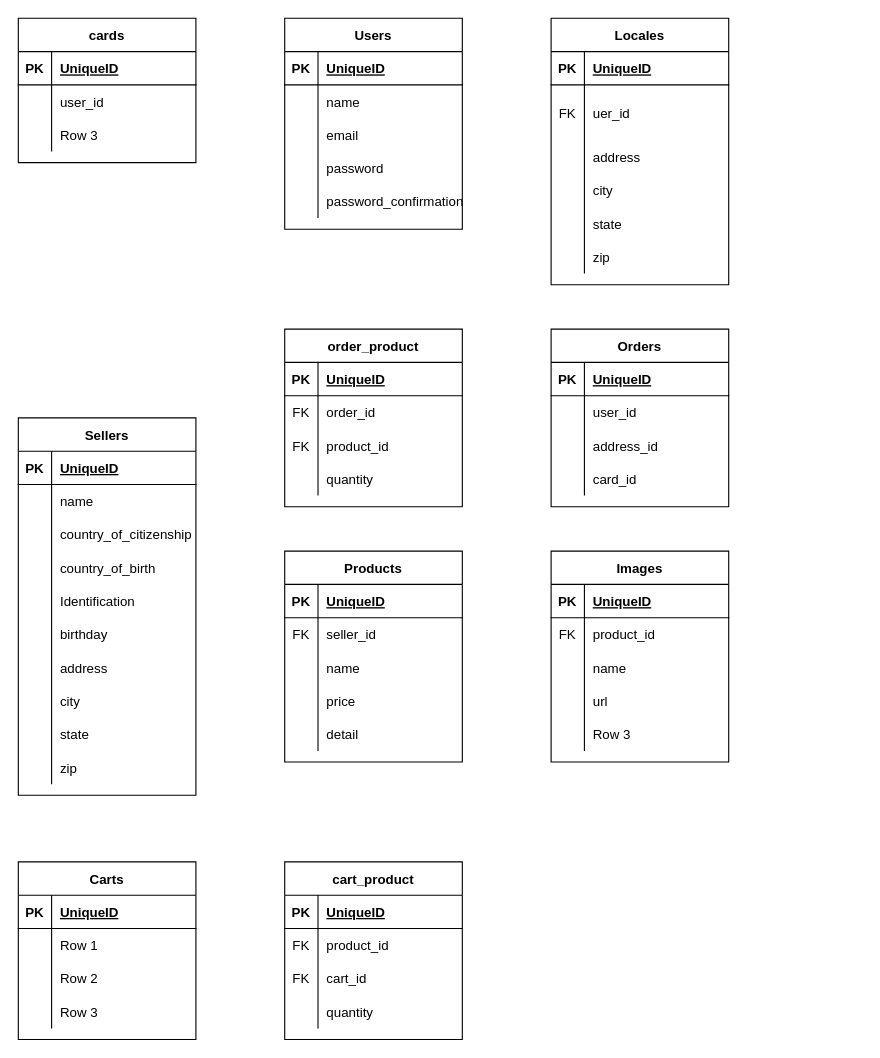
AirHawk809/ec keeps this draw.io diagram as ectable.dio. Above is the earlier version. Source tidied: cells renumbered, new cells numbered last; positions are measured from the earlier drawing's top-left corner, leaving out a move shared by most shapes. Both pictures are drawn from the tidied source at 111%, with x=0, y=0 at pixel (18, 18).
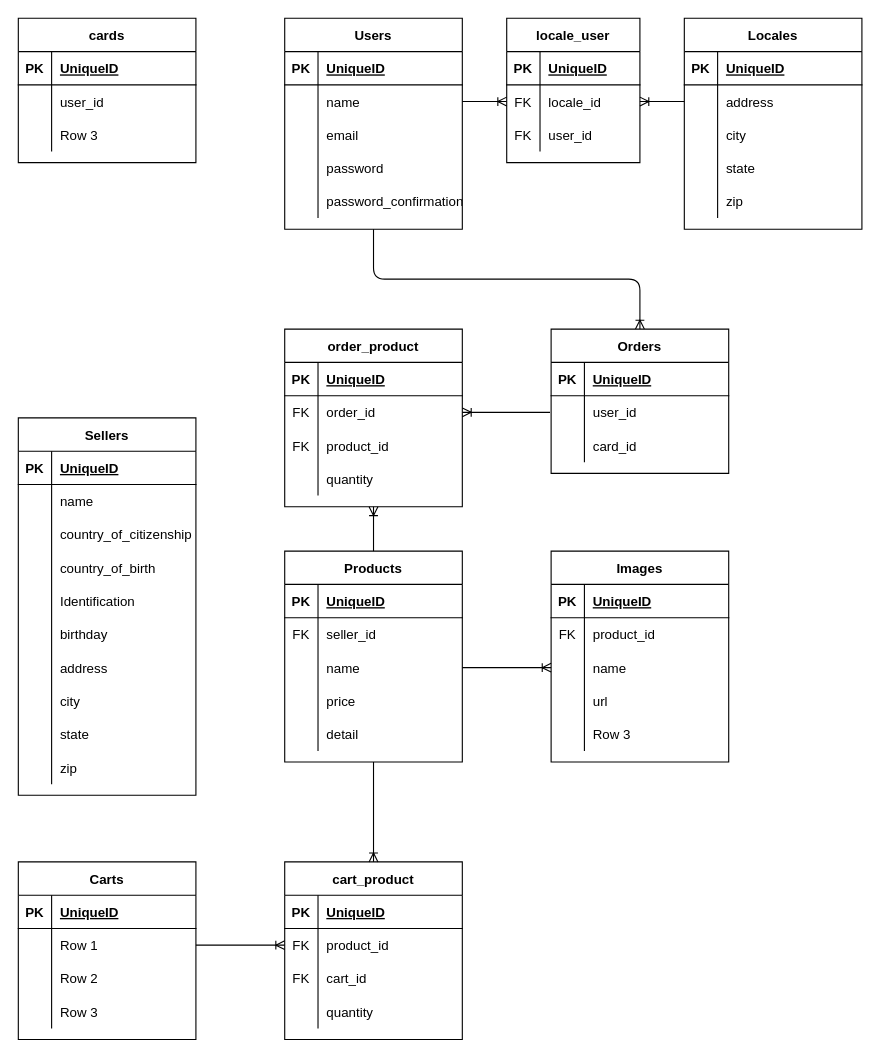
Above is the later version.

Unchanged cells that the change refers to:
```xml
<mxCell id="2" value="Users" style="shape=table;startSize=30;childLayout=tableLayout;rowLines=0;fontStyle=1;align=center;" parent="1" vertex="1">
  <mxGeometry x="240" width="160" height="190" as="geometry" />
</mxCell>
<mxCell id="6" style="shape=partialRectangle;fillColor=none;top=0;left=0;bottom=0;right=0;points=[[0,0.5],[1,0.5]];portConstraint=eastwest;" parent="2" vertex="1">
  <mxGeometry y="60" width="160" height="30" as="geometry" />
</mxCell>
<mxCell id="50" value="Products" style="shape=table;startSize=30;childLayout=tableLayout;rowLines=0;fontStyle=1;align=center;" parent="1" vertex="1">
  <mxGeometry x="240" y="480" width="160" height="190" as="geometry" />
</mxCell>
<mxCell id="57" style="shape=partialRectangle;fillColor=none;top=0;left=0;bottom=0;right=0;points=[[0,0.5],[1,0.5]];portConstraint=eastwest;" parent="50" vertex="1">
  <mxGeometry y="90" width="160" height="30" as="geometry" />
</mxCell>
<mxCell id="73" style="shape=partialRectangle;fillColor=none;top=0;left=0;bottom=0;right=0;points=[[0,0.5],[1,0.5]];portConstraint=eastwest;" parent="66" vertex="1">
  <mxGeometry y="90" width="160" height="30" as="geometry" />
</mxCell>
<mxCell id="117" style="shape=partialRectangle;fillColor=none;top=0;left=0;bottom=0;right=0;points=[[0,0.5],[1,0.5]];portConstraint=eastwest;" parent="113" vertex="1">
  <mxGeometry y="60" width="160" height="30" as="geometry" />
</mxCell>
<mxCell id="126" value="cart_product" style="shape=table;startSize=30;childLayout=tableLayout;rowLines=0;fontStyle=1;align=center;" parent="1" vertex="1">
  <mxGeometry x="240" y="760" width="160" height="160" as="geometry" />
</mxCell>
<mxCell id="130" style="shape=partialRectangle;fillColor=none;top=0;left=0;bottom=0;right=0;points=[[0,0.5],[1,0.5]];portConstraint=eastwest;" parent="126" vertex="1">
  <mxGeometry y="60" width="160" height="30" as="geometry" />
</mxCell>
<mxCell id="139" value="order_product" style="shape=table;startSize=30;childLayout=tableLayout;rowLines=0;fontStyle=1;align=center;" parent="1" vertex="1">
  <mxGeometry x="240" y="280" width="160" height="160" as="geometry" />
</mxCell>
<mxCell id="143" style="shape=partialRectangle;fillColor=none;top=0;left=0;bottom=0;right=0;points=[[0,0.5],[1,0.5]];portConstraint=eastwest;" parent="139" vertex="1">
  <mxGeometry y="60" width="160" height="30" as="geometry" />
</mxCell>
```

Change to the diagram source:
```diff
@@
     <mxCell id="18" value="Orders" style="shape=table;startSize=30;childLayout=tableLayout;rowLines=0;fontStyle=1;align=center;" parent="1" vertex="1">
-      <mxGeometry x="480" y="280" width="160" height="160" as="geometry" />
+      <mxGeometry x="480" y="280" width="160" height="130" as="geometry" />
     </mxCell>
@@
-    <mxCell id="25" style="shape=partialRectangle;fillColor=none;top=0;left=0;bottom=0;right=0;" parent="18" vertex="1">
-      <mxGeometry y="90" width="160" height="30" as="geometry" />
-    </mxCell>
-    <mxCell id="26" style="shape=partialRectangle;fillColor=none;top=0;left=0;bottom=0;right=0;overflow=hidden;" parent="25" vertex="1">
-      <mxGeometry width="30" height="30" as="geometry" />
-    </mxCell>
-    <mxCell id="27" value="address_id" style="shape=partialRectangle;fillColor=none;top=0;left=0;bottom=0;right=0;align=left;spacingLeft=6;overflow=hidden;" parent="25" vertex="1">
-      <mxGeometry x="30" width="130" height="30" as="geometry" />
-    </mxCell>
     <mxCell id="28" style="shape=partialRectangle;fillColor=none;top=0;left=0;bottom=0;right=0;" parent="18" vertex="1">
-      <mxGeometry y="120" width="160" height="30" as="geometry" />
+      <mxGeometry y="90" width="160" height="30" as="geometry" />
     </mxCell>
@@
     <mxCell id="31" value="Locales" style="shape=table;startSize=30;childLayout=tableLayout;rowLines=0;fontStyle=1;align=center;" parent="1" vertex="1">
-      <mxGeometry x="480" width="160" height="240" as="geometry" />
+      <mxGeometry x="600" width="160" height="190" as="geometry" />
     </mxCell>
@@
-    <mxCell id="35" style="shape=partialRectangle;fillColor=none;top=0;left=0;bottom=0;right=0;" parent="31" vertex="1">
-      <mxGeometry y="60" width="160" height="50" as="geometry" />
-    </mxCell>
-    <mxCell id="36" value="FK" style="shape=partialRectangle;fillColor=none;top=0;left=0;bottom=0;right=0;fontStyle=0;overflow=hidden;" parent="35" vertex="1">
-      <mxGeometry width="30" height="50" as="geometry" />
-    </mxCell>
-    <mxCell id="37" value="uer_id" style="shape=partialRectangle;fillColor=none;top=0;left=0;bottom=0;right=0;align=left;spacingLeft=6;fontStyle=0;overflow=hidden;" parent="35" vertex="1">
-      <mxGeometry x="30" width="130" height="50" as="geometry" />
-    </mxCell>
     <mxCell id="38" style="shape=partialRectangle;fillColor=none;top=0;left=0;bottom=0;right=0;" parent="31" vertex="1">
-      <mxGeometry y="110" width="160" height="30" as="geometry" />
+      <mxGeometry y="60" width="160" height="30" as="geometry" />
     </mxCell>
@@
     <mxCell id="41" style="shape=partialRectangle;fillColor=none;top=0;left=0;bottom=0;right=0;" parent="31" vertex="1">
-      <mxGeometry y="140" width="160" height="30" as="geometry" />
+      <mxGeometry y="90" width="160" height="30" as="geometry" />
     </mxCell>
@@
     <mxCell id="44" style="shape=partialRectangle;fillColor=none;top=0;left=0;bottom=0;right=0;" parent="31" vertex="1">
-      <mxGeometry y="170" width="160" height="30" as="geometry" />
+      <mxGeometry y="120" width="160" height="30" as="geometry" />
     </mxCell>
@@
     <mxCell id="47" style="shape=partialRectangle;fillColor=none;top=0;left=0;bottom=0;right=0;" parent="31" vertex="1">
-      <mxGeometry y="200" width="160" height="30" as="geometry" />
+      <mxGeometry y="150" width="160" height="30" as="geometry" />
     </mxCell>
@@
+    <mxCell id="162" value="locale_user" style="shape=table;startSize=30;childLayout=tableLayout;rowLines=0;fontStyle=1;align=center;" parent="1" vertex="1">
+      <mxGeometry x="440" width="120" height="130" as="geometry" />
+    </mxCell>
+    <mxCell id="163" style="shape=partialRectangle;fillColor=none;top=0;left=0;bottom=1;right=0;" parent="162" vertex="1">
+      <mxGeometry y="30" width="120" height="30" as="geometry" />
+    </mxCell>
+    <mxCell id="164" value="PK" style="shape=partialRectangle;fillColor=none;top=0;left=0;bottom=0;right=0;fontStyle=1;overflow=hidden;" parent="163" vertex="1">
+      <mxGeometry width="30" height="30" as="geometry" />
+    </mxCell>
+    <mxCell id="165" value="UniqueID" style="shape=partialRectangle;fillColor=none;top=0;left=0;bottom=0;right=0;align=left;spacingLeft=6;fontStyle=5;overflow=hidden;" parent="163" vertex="1">
+      <mxGeometry x="30" width="90" height="30" as="geometry" />
+    </mxCell>
+    <mxCell id="166" style="shape=partialRectangle;fillColor=none;top=0;left=0;bottom=0;right=0;points=[[0,0.5],[1,0.5]];portConstraint=eastwest;" parent="162" vertex="1">
+      <mxGeometry y="60" width="120" height="30" as="geometry" />
+    </mxCell>
+    <mxCell id="167" value="FK" style="shape=partialRectangle;fillColor=none;top=0;left=0;bottom=0;right=0;fontStyle=0;overflow=hidden;" parent="166" vertex="1">
+      <mxGeometry width="30" height="30" as="geometry" />
+    </mxCell>
+    <mxCell id="168" value="locale_id" style="shape=partialRectangle;fillColor=none;top=0;left=0;bottom=0;right=0;align=left;spacingLeft=6;fontStyle=0;overflow=hidden;" parent="166" vertex="1">
+      <mxGeometry x="30" width="90" height="30" as="geometry" />
+    </mxCell>
+    <mxCell id="169" style="shape=partialRectangle;fillColor=none;top=0;left=0;bottom=0;right=0;" parent="162" vertex="1">
+      <mxGeometry y="90" width="120" height="30" as="geometry" />
+    </mxCell>
+    <mxCell id="170" value="FK" style="shape=partialRectangle;fillColor=none;top=0;left=0;bottom=0;right=0;fontStyle=0;overflow=hidden;" parent="169" vertex="1">
+      <mxGeometry width="30" height="30" as="geometry" />
+    </mxCell>
+    <mxCell id="171" value="user_id" style="shape=partialRectangle;fillColor=none;top=0;left=0;bottom=0;right=0;align=left;spacingLeft=6;fontStyle=0;overflow=hidden;" parent="169" vertex="1">
+      <mxGeometry x="30" width="90" height="30" as="geometry" />
+    </mxCell>
+    <mxCell id="172" style="fontSize=12;html=1;endArrow=ERoneToMany;exitX=1;exitY=0.5;exitDx=0;exitDy=0;entryX=0;entryY=0.5;entryDx=0;entryDy=0;" parent="1" edge="1" source="6" target="166">
+      <mxGeometry relative="1" as="geometry" />
+    </mxCell>
+    <mxCell id="173" style="fontSize=12;html=1;endArrow=ERoneToMany;entryX=1;entryY=0.5;entryDx=0;entryDy=0;exitX=0;exitY=0.5;exitDx=0;exitDy=0;" parent="1" edge="1" target="166">
+      <mxGeometry relative="1" as="geometry">
+        <mxPoint x="600" y="75" as="sourcePoint" />
+      </mxGeometry>
+    </mxCell>
+    <mxCell id="174" style="edgeStyle=orthogonalEdgeStyle;fontSize=12;html=1;endArrow=ERoneToMany;exitX=0.5;exitY=1;exitDx=0;exitDy=0;entryX=0.5;entryY=0;entryDx=0;entryDy=0;" parent="1" edge="1" source="2" target="18">
+      <mxGeometry relative="1" as="geometry" />
+    </mxCell>
+    <mxCell id="175" style="fontSize=12;html=1;endArrow=ERoneToMany;exitX=1;exitY=0.5;exitDx=0;exitDy=0;entryX=0;entryY=0.5;entryDx=0;entryDy=0;" parent="1" edge="1" source="57" target="73">
+      <mxGeometry relative="1" as="geometry" />
+    </mxCell>
+    <mxCell id="176" style="fontSize=12;html=1;endArrow=ERoneToMany;exitX=0.5;exitY=0;exitDx=0;exitDy=0;entryX=0.5;entryY=1;entryDx=0;entryDy=0;" parent="1" edge="1" source="50" target="139">
+      <mxGeometry relative="1" as="geometry" />
+    </mxCell>
+    <mxCell id="177" style="fontSize=12;html=1;endArrow=ERoneToMany;entryX=1;entryY=0.5;entryDx=0;entryDy=0;" parent="1" edge="1" target="143">
+      <mxGeometry relative="1" as="geometry">
+        <mxPoint x="479" y="355" as="sourcePoint" />
+      </mxGeometry>
+    </mxCell>
+    <mxCell id="178" style="fontSize=12;html=1;endArrow=ERoneToMany;exitX=0.5;exitY=1;exitDx=0;exitDy=0;entryX=0.5;entryY=0;entryDx=0;entryDy=0;" parent="1" edge="1" source="50" target="126">
+      <mxGeometry relative="1" as="geometry" />
+    </mxCell>
+    <mxCell id="179" style="fontSize=12;html=1;endArrow=ERoneToMany;exitX=1;exitY=0.5;exitDx=0;exitDy=0;entryX=0;entryY=0.5;entryDx=0;entryDy=0;" parent="1" edge="1" source="117" target="130">
+      <mxGeometry relative="1" as="geometry" />
+    </mxCell>
```
